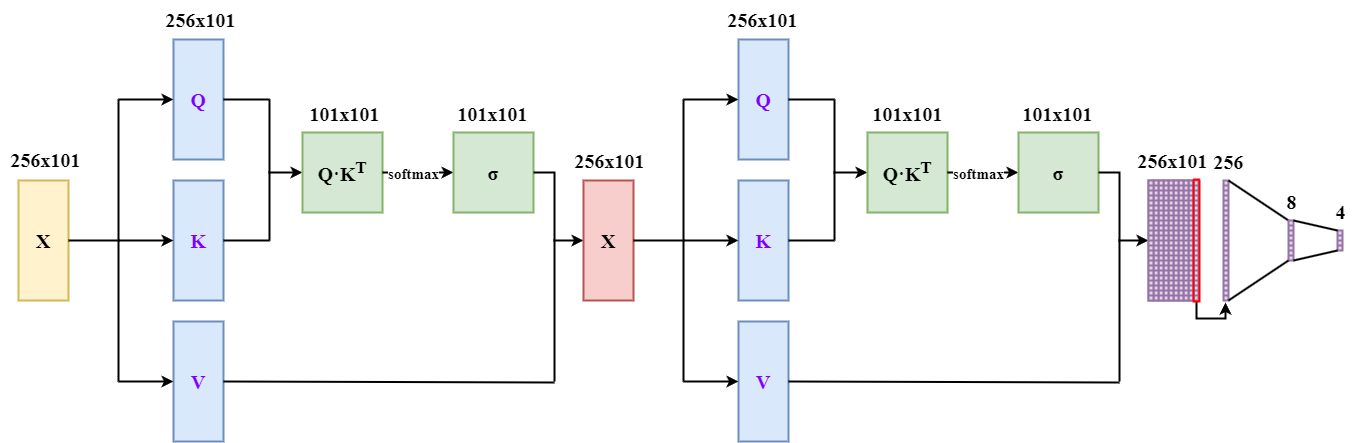
Before: attention.drawio.png, a diagram exported from draw.io (Purer-lyk/network_pic). Source tidied: cells renumbered, new cells last; positions are measured from the earlier drawing's top-left corner, leaving out a move shared by most shapes.
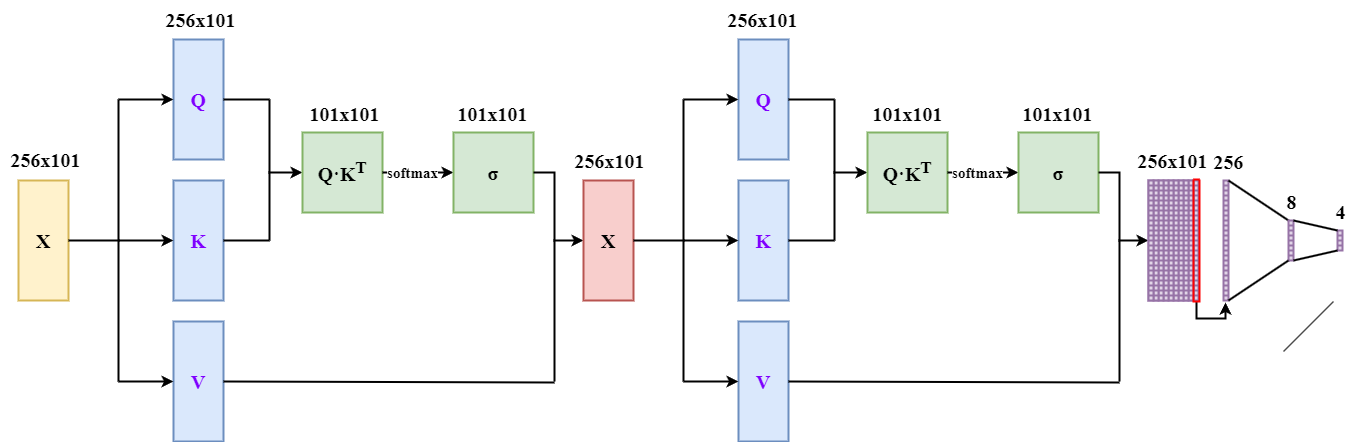
After the commit.

The edit, as a diff of the source:
```diff
@@ -1945,5 +1945,11 @@
     <mxCell id="625" value="&lt;span style=&quot;font-size: 20px;&quot;&gt;&lt;b&gt;&lt;font face=&quot;Times New Roman&quot;&gt;4&lt;/font&gt;&lt;/b&gt;&lt;/span&gt;" style="text;html=1;align=center;verticalAlign=middle;strokeColor=none;fillColor=none;" parent="1" vertex="1">
       <mxGeometry x="1325" y="192" width="29" height="38" as="geometry" />
     </mxCell>
+    <mxCell id="626" style="endArrow=none;html=1;rounded=0;" parent="1" edge="1">
+      <mxGeometry relative="1" as="geometry">
+        <mxPoint x="1283" y="351" as="sourcePoint" />
+        <mxPoint x="1333" y="301" as="targetPoint" />
+      </mxGeometry>
+    </mxCell>
   </root>
 </mxGraphModel>
```
